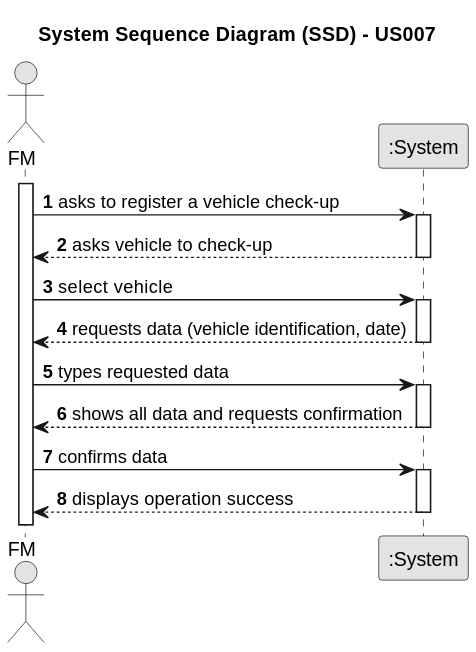
Earlier version of the PlantUML export docs/sprintA/us007/01.requirements-engineering/svg/us007-system-sequence-diagram-alternative-one.svg (ricardomm7/leaflink).
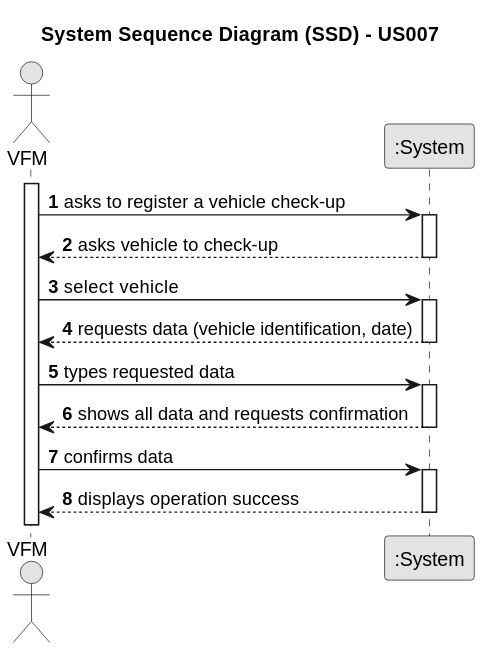
Later version of the same file.

Change to the diagram source:
```diff
@@ -7,31 +7,31 @@
 
 autonumber
 
-actor "FM" as FM
+actor "VFM" as VFM
 participant ":System" as System
 
-activate FM
+activate VFM
 
-    FM -> System : asks to register a vehicle check-up
+    VFM -> System : asks to register a vehicle check-up
         activate System
 
-    System --> FM : asks vehicle to check-up
+    System --> VFM : asks vehicle to check-up
         deactivate System
-    FM -> System : select  vehicle
+    VFM -> System : select  vehicle
     activate System
 
-    System --> FM : requests data (vehicle identification, date)
+    System --> VFM : requests data (vehicle identification, date)
     deactivate System
 
-    FM -> System : types requested data
+    VFM -> System : types requested data
     activate System
 
-        System --> FM : shows all data and requests confirmation
+        System --> VFM : shows all data and requests confirmation
     deactivate System
 
-    FM -> System : confirms data
+    VFM -> System : confirms data
     activate System
 
-        System --> FM : displays operation success
+        System --> VFM : displays operation success
     deactivate System
 @enduml
```
